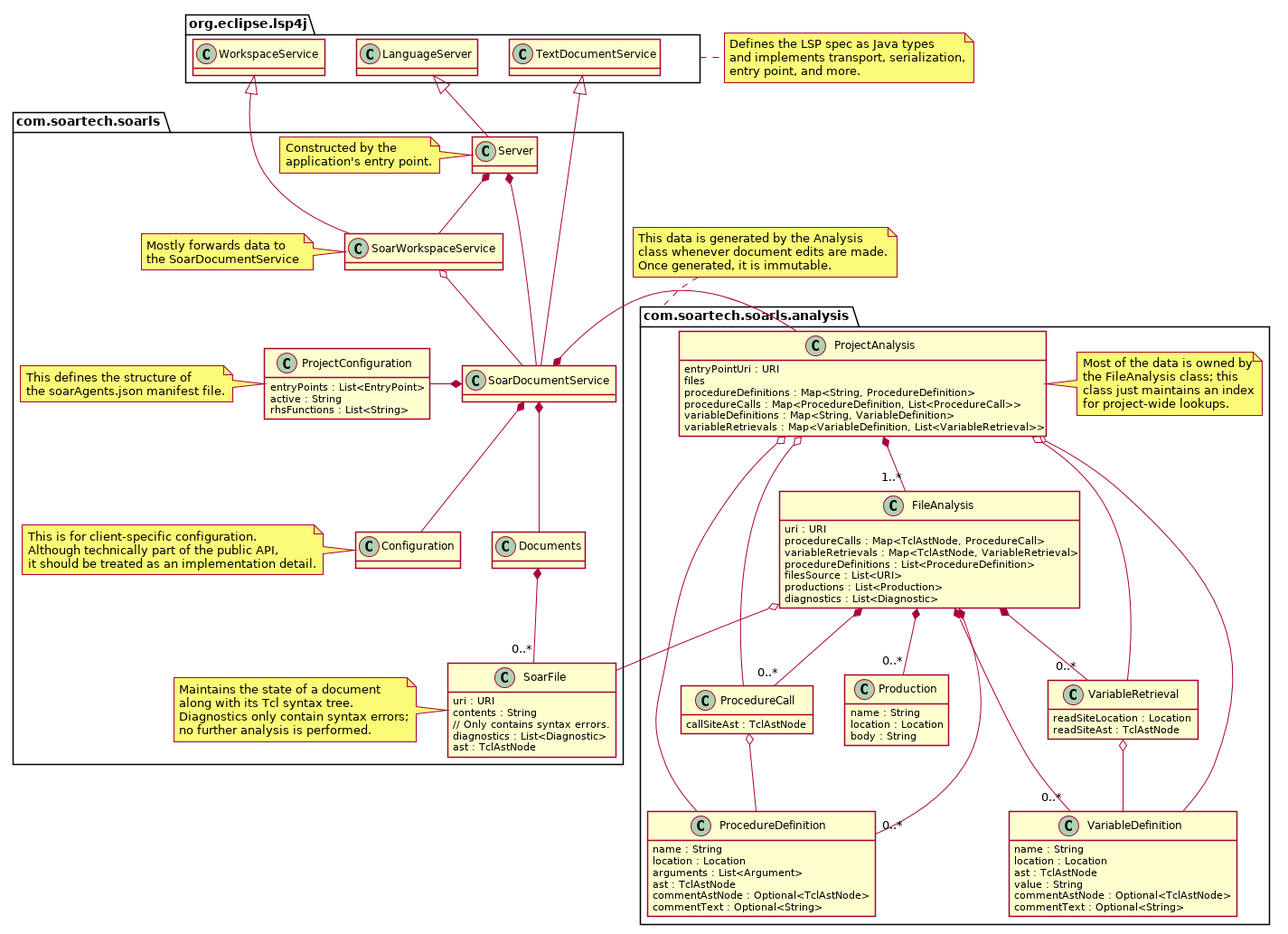
The PlantUML diagram design/diagrams/uml/data-structures.png in soartech/soar-language-server, before a commit.
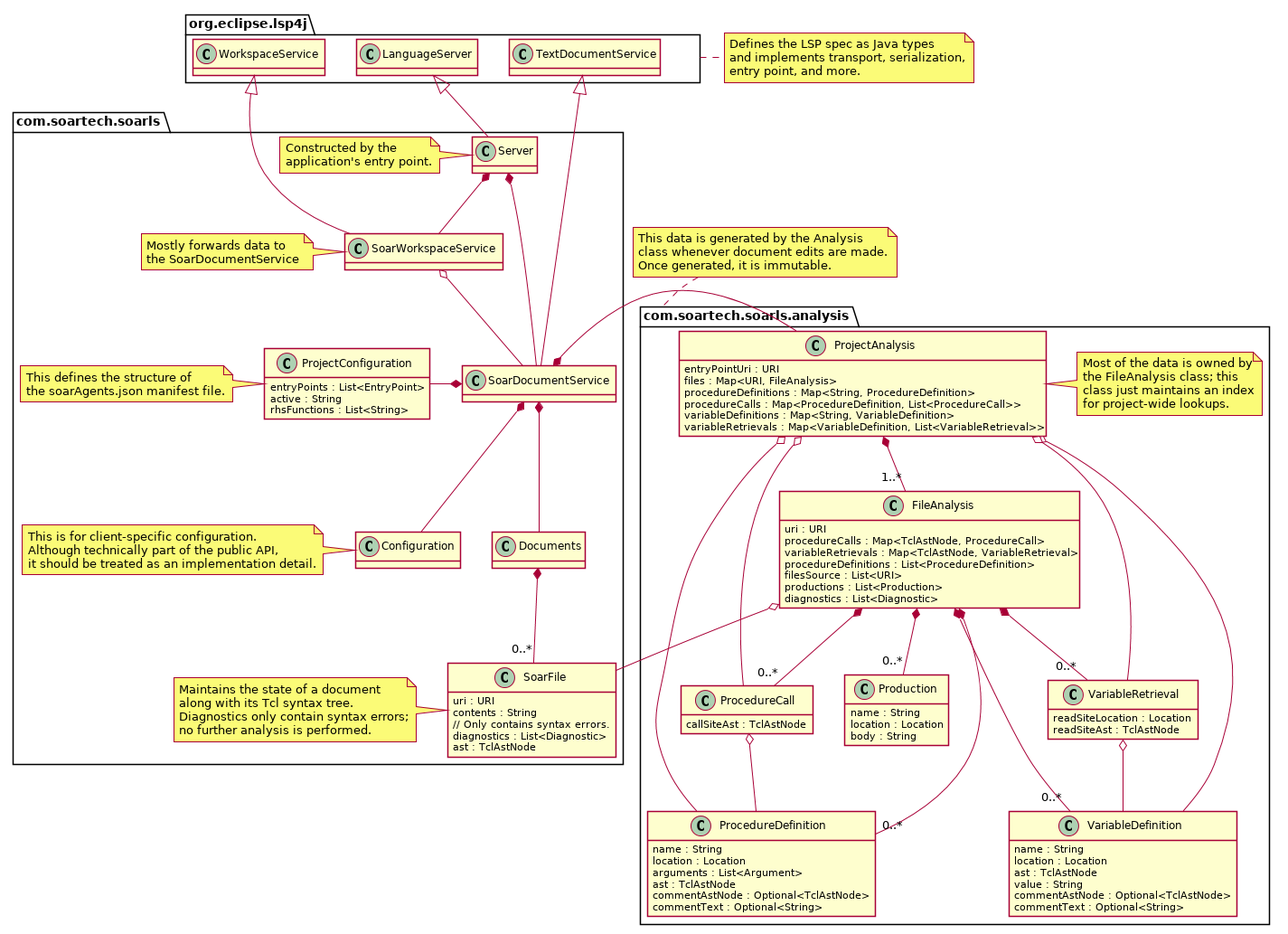
The same file after the commit.

Commit message:
Add a missing type annotation in the data structures diagram.

What changed in the source:
```diff
@@ -81,7 +81,7 @@
 namespace com.soartech.soarls.analysis {
     class ProjectAnalysis {
         entryPointUri : URI
-        files
+        files : Map<URI, FileAnalysis>
         procedureDefinitions : Map<String, ProcedureDefinition>
         procedureCalls : Map<ProcedureDefinition, List<ProcedureCall>>
         variableDefinitions : Map<String, VariableDefinition>
```
